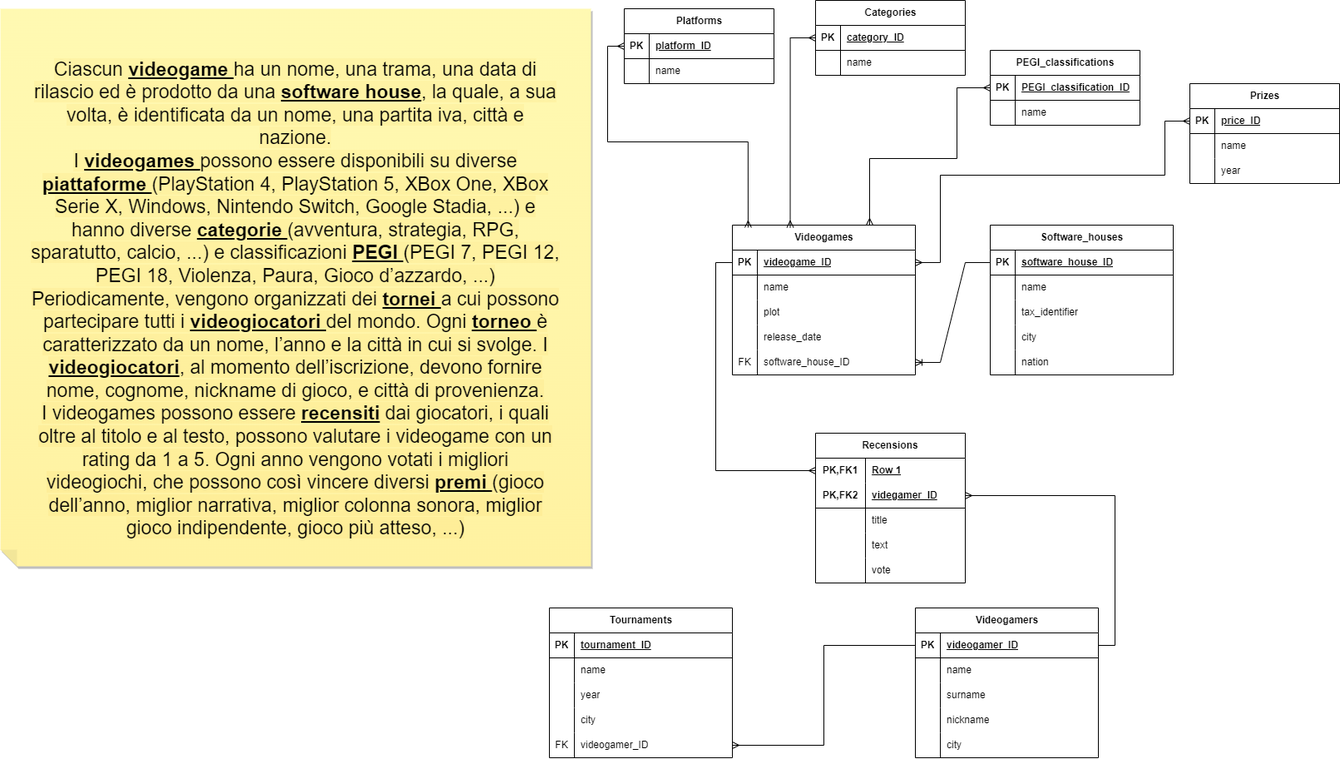
Above: db-videogames.png in MirkoGLostia/db-videogames (draw.io), before the change. Source tidied: cells renumbered, new cells last; positions are measured from the earlier drawing's top-left corner, leaving out a move shared by most shapes.
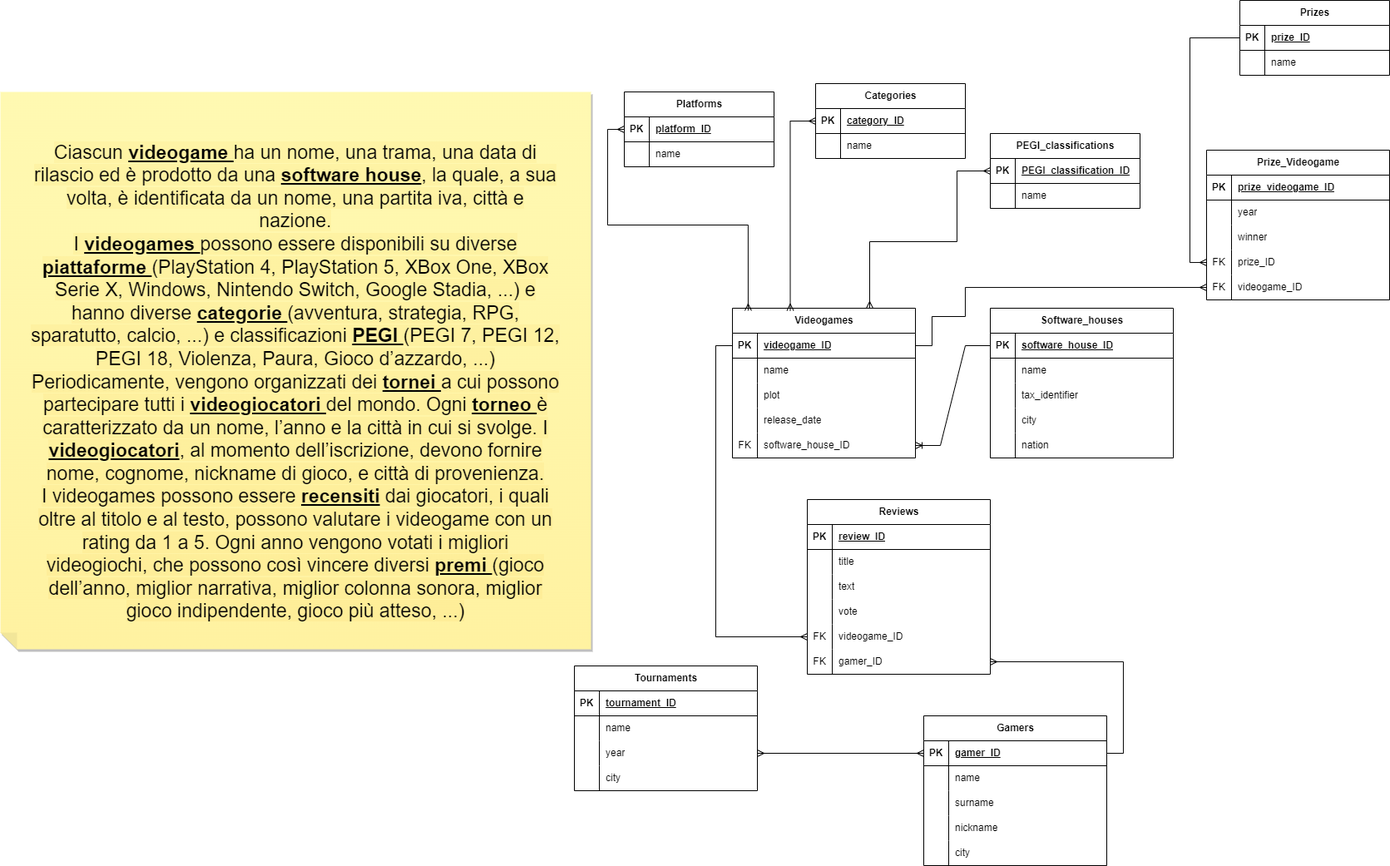
The same file after the commit.

The edit, as a diff of the source:
```diff
@@ -204,3 +204,3 @@
     <mxCell id="63" value="Tournaments" style="shape=table;startSize=30;rowLines=0;fontStyle=1;align=center;html=1;" parent="1" vertex="1">
-      <mxGeometry x="660" y="730" width="220" height="180" as="geometry" />
+      <mxGeometry x="690" y="700" width="220" height="150" as="geometry" />
     </mxCell>
@@ -242,13 +242,4 @@
     </mxCell>
-    <mxCell id="76" style="shape=tableRow;horizontal=0;startSize=0;swimlaneHead=0;swimlaneBody=0;fillColor=none;points=[[0,0.5],[1,0.5]];portConstraint=eastwest;top=0;left=0;right=0;bottom=0;" parent="63" vertex="1">
-      <mxGeometry y="150" width="220" height="30" as="geometry" />
-    </mxCell>
-    <mxCell id="77" value="FK" style="shape=partialRectangle;fillColor=none;top=0;left=0;bottom=0;right=0;overflow=hidden;whiteSpace=wrap;html=1;" parent="76" vertex="1">
-      <mxGeometry width="30" height="30" as="geometry" />
-    </mxCell>
-    <mxCell id="78" value="videogamer_ID" style="shape=partialRectangle;fillColor=none;top=0;left=0;bottom=0;right=0;align=left;spacingLeft=6;overflow=hidden;whiteSpace=wrap;html=1;" parent="76" vertex="1">
-      <mxGeometry x="30" width="190" height="30" as="geometry" />
-    </mxCell>
-    <mxCell id="79" value="Videogamers" style="shape=table;startSize=30;rowLines=0;fontStyle=1;align=center;html=1;" parent="1" vertex="1">
-      <mxGeometry x="1100" y="730" width="220" height="180" as="geometry" />
+    <mxCell id="79" value="Gamers" style="shape=table;startSize=30;rowLines=0;fontStyle=1;align=center;html=1;" parent="1" vertex="1">
+      <mxGeometry x="1110" y="760" width="220" height="180" as="geometry" />
     </mxCell>
@@ -260,3 +251,3 @@
     </mxCell>
-    <mxCell id="82" value="videogamer_ID" style="shape=partialRectangle;fillColor=none;top=0;left=0;bottom=0;right=0;align=left;spacingLeft=6;fontStyle=5;overflow=hidden;whiteSpace=wrap;html=1;" parent="80" vertex="1">
+    <mxCell id="82" value="gamer_ID" style="shape=partialRectangle;fillColor=none;top=0;left=0;bottom=0;right=0;align=left;spacingLeft=6;fontStyle=5;overflow=hidden;whiteSpace=wrap;html=1;" parent="80" vertex="1">
       <mxGeometry x="30" width="190" height="30" as="geometry" />
@@ -300,3 +291,3 @@
     <mxCell id="95" value="Prizes" style="shape=table;startSize=30;rowLines=0;fontStyle=1;align=center;html=1;" parent="1" vertex="1">
-      <mxGeometry x="1430" y="100" width="180" height="120" as="geometry" />
+      <mxGeometry x="1490" y="-100" width="180" height="90" as="geometry" />
     </mxCell>
@@ -308,3 +299,3 @@
     </mxCell>
-    <mxCell id="98" value="price_ID" style="shape=partialRectangle;fillColor=none;top=0;left=0;bottom=0;right=0;align=left;spacingLeft=6;fontStyle=5;overflow=hidden;whiteSpace=wrap;html=1;" parent="96" vertex="1">
+    <mxCell id="98" value="prize_ID" style="shape=partialRectangle;fillColor=none;top=0;left=0;bottom=0;right=0;align=left;spacingLeft=6;fontStyle=5;overflow=hidden;whiteSpace=wrap;html=1;" parent="96" vertex="1">
       <mxGeometry x="30" width="150" height="30" as="geometry" />
@@ -320,78 +311,133 @@
     </mxCell>
-    <mxCell id="102" style="shape=tableRow;horizontal=0;startSize=0;swimlaneHead=0;swimlaneBody=0;fillColor=none;top=0;left=0;right=0;bottom=0;" parent="95" vertex="1">
-      <mxGeometry y="90" width="180" height="30" as="geometry" />
-    </mxCell>
-    <mxCell id="103" style="shape=partialRectangle;fillColor=none;top=0;left=0;bottom=0;right=0;overflow=hidden;whiteSpace=wrap;html=1;" parent="102" vertex="1">
-      <mxGeometry width="30" height="30" as="geometry" />
-    </mxCell>
+    <mxCell id="106" style="edgeStyle=orthogonalEdgeStyle;rounded=0;jettySize=auto;html=1;exitX=0;exitY=0.5;exitDx=0;exitDy=0;endArrow=ERmany;endFill=0;startArrow=ERmany;startFill=0;" parent="1" edge="1" source="80" target="x">
+      <mxGeometry relative="1" as="geometry" />
+    </mxCell>
+    <mxCell id="125" style="edgeStyle=orthogonalEdgeStyle;rounded=0;jettySize=auto;html=1;exitX=1;exitY=0.5;exitDx=0;exitDy=0;entryX=0;entryY=0.5;entryDx=0;entryDy=0;startArrow=ERmany;startFill=0;endArrow=ERmany;endFill=0;" parent="1" edge="1" source="70" target="80">
+      <mxGeometry relative="1" as="geometry" />
+    </mxCell>
+    <mxCell id="126" value="Reviews" style="shape=table;startSize=30;rowLines=0;fontStyle=1;align=center;html=1;" parent="1" vertex="1">
+      <mxGeometry x="970" y="500" width="220" height="210" as="geometry" />
+    </mxCell>
+    <mxCell id="127" style="shape=tableRow;horizontal=0;startSize=0;swimlaneHead=0;swimlaneBody=0;fillColor=none;top=0;left=0;right=0;bottom=1;" parent="126" vertex="1">
+      <mxGeometry y="30" width="220" height="30" as="geometry" />
+    </mxCell>
+    <mxCell id="128" value="PK" style="shape=partialRectangle;fillColor=none;top=0;left=0;bottom=0;right=0;fontStyle=1;overflow=hidden;whiteSpace=wrap;html=1;" parent="127" vertex="1">
+      <mxGeometry width="30" height="30" as="geometry" />
+    </mxCell>
+    <mxCell id="129" value="review_ID" style="shape=partialRectangle;fillColor=none;top=0;left=0;bottom=0;right=0;align=left;spacingLeft=6;fontStyle=5;overflow=hidden;whiteSpace=wrap;html=1;" parent="127" vertex="1">
+      <mxGeometry x="30" width="190" height="30" as="geometry" />
+    </mxCell>
+    <mxCell id="130" style="shape=tableRow;horizontal=0;startSize=0;swimlaneHead=0;swimlaneBody=0;fillColor=none;top=0;left=0;right=0;bottom=0;" parent="126" vertex="1">
+      <mxGeometry y="60" width="220" height="30" as="geometry" />
+    </mxCell>
+    <mxCell id="131" style="shape=partialRectangle;fillColor=none;top=0;left=0;bottom=0;right=0;overflow=hidden;whiteSpace=wrap;html=1;" parent="130" vertex="1">
+      <mxGeometry width="30" height="30" as="geometry" />
+    </mxCell>
+    <mxCell id="116" value="title" style="shape=partialRectangle;fillColor=none;top=0;left=0;bottom=0;right=0;align=left;spacingLeft=6;overflow=hidden;whiteSpace=wrap;html=1;" parent="130" vertex="1">
+      <mxGeometry x="30" width="190" height="30" as="geometry" />
+    </mxCell>
+    <mxCell id="132" style="shape=tableRow;horizontal=0;startSize=0;swimlaneHead=0;swimlaneBody=0;fillColor=none;top=0;left=0;right=0;bottom=0;" parent="126" vertex="1">
+      <mxGeometry y="90" width="220" height="30" as="geometry" />
+    </mxCell>
+    <mxCell id="133" style="shape=partialRectangle;fillColor=none;top=0;left=0;bottom=0;right=0;overflow=hidden;whiteSpace=wrap;html=1;" parent="132" vertex="1">
+      <mxGeometry width="30" height="30" as="geometry" />
+    </mxCell>
+    <mxCell id="119" value="text" style="shape=partialRectangle;fillColor=none;top=0;left=0;bottom=0;right=0;align=left;spacingLeft=6;overflow=hidden;whiteSpace=wrap;html=1;" parent="132" vertex="1">
+      <mxGeometry x="30" width="190" height="30" as="geometry" />
+    </mxCell>
+    <mxCell id="134" style="shape=tableRow;horizontal=0;startSize=0;swimlaneHead=0;swimlaneBody=0;fillColor=none;top=0;left=0;right=0;bottom=0;" parent="126" vertex="1">
+      <mxGeometry y="120" width="220" height="30" as="geometry" />
+    </mxCell>
+    <mxCell id="135" style="shape=partialRectangle;fillColor=none;top=0;left=0;bottom=0;right=0;overflow=hidden;whiteSpace=wrap;html=1;" parent="134" vertex="1">
+      <mxGeometry width="30" height="30" as="geometry" />
+    </mxCell>
+    <mxCell id="122" value="vote" style="shape=partialRectangle;fillColor=none;top=0;left=0;bottom=0;right=0;align=left;spacingLeft=6;overflow=hidden;whiteSpace=wrap;html=1;" parent="134" vertex="1">
+      <mxGeometry x="30" width="190" height="30" as="geometry" />
+    </mxCell>
+    <mxCell id="136" style="shape=tableRow;horizontal=0;startSize=0;swimlaneHead=0;swimlaneBody=0;fillColor=none;points=[[0,0.5],[1,0.5]];portConstraint=eastwest;top=0;left=0;right=0;bottom=0;" parent="126" vertex="1">
+      <mxGeometry y="150" width="220" height="30" as="geometry" />
+    </mxCell>
+    <mxCell id="137" value="FK" style="shape=partialRectangle;fillColor=none;top=0;left=0;bottom=0;right=0;overflow=hidden;whiteSpace=wrap;html=1;" parent="136" vertex="1">
+      <mxGeometry width="30" height="30" as="geometry" />
+    </mxCell>
+    <mxCell id="138" value="videogame_ID" style="shape=partialRectangle;fillColor=none;top=0;left=0;bottom=0;right=0;align=left;spacingLeft=6;overflow=hidden;whiteSpace=wrap;html=1;" parent="136" vertex="1">
+      <mxGeometry x="30" width="190" height="30" as="geometry" />
+    </mxCell>
+    <mxCell id="139" style="shape=tableRow;horizontal=0;startSize=0;swimlaneHead=0;swimlaneBody=0;fillColor=none;points=[[0,0.5],[1,0.5]];portConstraint=eastwest;top=0;left=0;right=0;bottom=0;" parent="126" vertex="1">
+      <mxGeometry y="180" width="220" height="30" as="geometry" />
+    </mxCell>
+    <mxCell id="140" value="FK" style="shape=partialRectangle;fillColor=none;top=0;left=0;bottom=0;right=0;overflow=hidden;whiteSpace=wrap;html=1;" parent="139" vertex="1">
+      <mxGeometry width="30" height="30" as="geometry" />
+    </mxCell>
+    <mxCell id="141" value="gamer_ID" style="shape=partialRectangle;fillColor=none;top=0;left=0;bottom=0;right=0;align=left;spacingLeft=6;overflow=hidden;whiteSpace=wrap;html=1;" parent="139" vertex="1">
+      <mxGeometry x="30" width="190" height="30" as="geometry" />
+    </mxCell>
+    <mxCell id="142" style="edgeStyle=orthogonalEdgeStyle;rounded=0;jettySize=auto;html=1;exitX=1;exitY=0.5;exitDx=0;exitDy=0;entryX=1;entryY=0.5;entryDx=0;entryDy=0;endArrow=ERmany;endFill=0;" parent="1" edge="1" source="80" target="139">
+      <mxGeometry relative="1" as="geometry" />
+    </mxCell>
+    <mxCell id="143" style="edgeStyle=orthogonalEdgeStyle;rounded=0;jettySize=auto;html=1;exitX=0;exitY=0.5;exitDx=0;exitDy=0;entryX=0;entryY=0.5;entryDx=0;entryDy=0;endArrow=ERmany;endFill=0;" parent="1" edge="1" source="4" target="136">
+      <mxGeometry relative="1" as="geometry" />
+    </mxCell>
+    <mxCell id="144" value="Prize_Videogame" style="shape=table;startSize=30;rowLines=0;fontStyle=1;align=center;html=1;" parent="1" vertex="1">
+      <mxGeometry x="1450" y="80" width="220" height="180" as="geometry" />
+    </mxCell>
+    <mxCell id="145" style="shape=tableRow;horizontal=0;startSize=0;swimlaneHead=0;swimlaneBody=0;fillColor=none;top=0;left=0;right=0;bottom=1;" parent="144" vertex="1">
+      <mxGeometry y="30" width="220" height="30" as="geometry" />
+    </mxCell>
+    <mxCell id="146" value="PK" style="shape=partialRectangle;fillColor=none;top=0;left=0;bottom=0;right=0;fontStyle=1;overflow=hidden;whiteSpace=wrap;html=1;" parent="145" vertex="1">
+      <mxGeometry width="30" height="30" as="geometry" />
+    </mxCell>
+    <mxCell id="147" value="prize_videogame_ID" style="shape=partialRectangle;fillColor=none;top=0;left=0;bottom=0;right=0;align=left;spacingLeft=6;fontStyle=5;overflow=hidden;whiteSpace=wrap;html=1;" parent="145" vertex="1">
+      <mxGeometry x="30" width="190" height="30" as="geometry" />
+    </mxCell>
+    <mxCell id="148" style="shape=tableRow;horizontal=0;startSize=0;swimlaneHead=0;swimlaneBody=0;fillColor=none;top=0;left=0;right=0;bottom=0;" parent="144" vertex="1">
+      <mxGeometry y="60" width="220" height="30" as="geometry" />
+    </mxCell>
+    <mxCell id="149" style="shape=partialRectangle;fillColor=none;top=0;left=0;bottom=0;right=0;overflow=hidden;whiteSpace=wrap;html=1;" parent="148" vertex="1">
+      <mxGeometry width="30" height="30" as="geometry" />
+    </mxCell>
-    <mxCell id="104" value="year" style="shape=partialRectangle;fillColor=none;top=0;left=0;bottom=0;right=0;align=left;spacingLeft=6;overflow=hidden;whiteSpace=wrap;html=1;" parent="102" vertex="1">
-      <mxGeometry x="30" width="150" height="30" as="geometry" />
+    <mxCell id="104" value="year" style="shape=partialRectangle;fillColor=none;top=0;left=0;bottom=0;right=0;align=left;spacingLeft=6;overflow=hidden;whiteSpace=wrap;html=1;" parent="148" vertex="1">
+      <mxGeometry x="30" width="190" height="30" as="geometry" />
     </mxCell>
-    <mxCell id="105" style="edgeStyle=orthogonalEdgeStyle;rounded=0;jettySize=auto;html=1;exitX=0;exitY=0.5;exitDx=0;exitDy=0;entryX=1;entryY=0.5;entryDx=0;entryDy=0;startArrow=ERmany;startFill=0;endArrow=ERmany;endFill=0;" parent="1" edge="1" source="96" target="4">
-      <mxGeometry relative="1" as="geometry">
-        <Array as="points">
-          <mxPoint x="1400" y="145" />
-          <mxPoint x="1400" y="210" />
-          <mxPoint x="1130" y="210" />
-          <mxPoint x="1130" y="315" />
-        </Array>
-      </mxGeometry>
-    </mxCell>
-    <mxCell id="106" style="edgeStyle=orthogonalEdgeStyle;rounded=0;jettySize=auto;html=1;exitX=0;exitY=0.5;exitDx=0;exitDy=0;endArrow=ERmany;endFill=0;" parent="1" edge="1" source="80" target="76">
-      <mxGeometry relative="1" as="geometry" />
-    </mxCell>
-    <mxCell id="107" value="Recensions" style="shape=table;startSize=30;rowLines=0;fontStyle=1;align=center;html=1;whiteSpace=wrap;" parent="1" vertex="1">
-      <mxGeometry x="980" y="520" width="180" height="180" as="geometry" />
-    </mxCell>
-    <mxCell id="108" style="shape=tableRow;horizontal=0;startSize=0;swimlaneHead=0;swimlaneBody=0;fillColor=none;points=[[0,0.5],[1,0.5]];portConstraint=eastwest;top=0;left=0;right=0;bottom=0;html=1;" parent="107" vertex="1">
-      <mxGeometry y="30" width="180" height="30" as="geometry" />
-    </mxCell>
-    <mxCell id="109" value="PK,FK1" style="shape=partialRectangle;fillColor=none;top=0;left=0;bottom=0;right=0;fontStyle=1;overflow=hidden;html=1;whiteSpace=wrap;" parent="108" vertex="1">
-      <mxGeometry width="60" height="30" as="geometry" />
-    </mxCell>
-    <mxCell id="110" value="Row 1" style="shape=partialRectangle;fillColor=none;top=0;left=0;bottom=0;right=0;align=left;spacingLeft=6;fontStyle=5;overflow=hidden;html=1;whiteSpace=wrap;" parent="108" vertex="1">
-      <mxGeometry x="60" width="120" height="30" as="geometry" />
-    </mxCell>
-    <mxCell id="111" style="shape=tableRow;horizontal=0;startSize=0;swimlaneHead=0;swimlaneBody=0;fillColor=none;points=[[0,0.5],[1,0.5]];portConstraint=eastwest;top=0;left=0;right=0;bottom=1;html=1;" parent="107" vertex="1">
-      <mxGeometry y="60" width="180" height="30" as="geometry" />
-    </mxCell>
-    <mxCell id="112" value="PK,FK2" style="shape=partialRectangle;fillColor=none;top=0;left=0;bottom=0;right=0;fontStyle=1;overflow=hidden;html=1;whiteSpace=wrap;" parent="111" vertex="1">
-      <mxGeometry width="60" height="30" as="geometry" />
-    </mxCell>
-    <mxCell id="113" value="videgamer_ID" style="shape=partialRectangle;fillColor=none;top=0;left=0;bottom=0;right=0;align=left;spacingLeft=6;fontStyle=5;overflow=hidden;html=1;whiteSpace=wrap;" parent="111" vertex="1">
-      <mxGeometry x="60" width="120" height="30" as="geometry" />
-    </mxCell>
-    <mxCell id="114" style="shape=tableRow;horizontal=0;startSize=0;swimlaneHead=0;swimlaneBody=0;fillColor=none;top=0;left=0;right=0;bottom=0;html=1;" parent="107" vertex="1">
-      <mxGeometry y="90" width="180" height="30" as="geometry" />
-    </mxCell>
-    <mxCell id="115" style="shape=partialRectangle;fillColor=none;top=0;left=0;bottom=0;right=0;overflow=hidden;html=1;whiteSpace=wrap;" parent="114" vertex="1">
-      <mxGeometry width="60" height="30" as="geometry" />
-    </mxCell>
-    <mxCell id="116" value="title" style="shape=partialRectangle;fillColor=none;top=0;left=0;bottom=0;right=0;align=left;spacingLeft=6;overflow=hidden;html=1;whiteSpace=wrap;" parent="114" vertex="1">
-      <mxGeometry x="60" width="120" height="30" as="geometry" />
-    </mxCell>
-    <mxCell id="117" style="shape=tableRow;horizontal=0;startSize=0;swimlaneHead=0;swimlaneBody=0;fillColor=none;top=0;left=0;right=0;bottom=0;html=1;" parent="107" vertex="1">
-      <mxGeometry y="120" width="180" height="30" as="geometry" />
-    </mxCell>
-    <mxCell id="118" style="shape=partialRectangle;fillColor=none;top=0;left=0;bottom=0;right=0;overflow=hidden;html=1;whiteSpace=wrap;" parent="117" vertex="1">
-      <mxGeometry width="60" height="30" as="geometry" />
-    </mxCell>
-    <mxCell id="119" value="text" style="shape=partialRectangle;fillColor=none;top=0;left=0;bottom=0;right=0;align=left;spacingLeft=6;overflow=hidden;html=1;whiteSpace=wrap;" parent="117" vertex="1">
-      <mxGeometry x="60" width="120" height="30" as="geometry" />
-    </mxCell>
-    <mxCell id="120" style="shape=tableRow;horizontal=0;startSize=0;swimlaneHead=0;swimlaneBody=0;fillColor=none;top=0;left=0;right=0;bottom=0;html=1;" parent="107" vertex="1">
-      <mxGeometry y="150" width="180" height="30" as="geometry" />
-    </mxCell>
-    <mxCell id="121" style="shape=partialRectangle;fillColor=none;top=0;left=0;bottom=0;right=0;overflow=hidden;html=1;whiteSpace=wrap;" parent="120" vertex="1">
-      <mxGeometry width="60" height="30" as="geometry" />
-    </mxCell>
-    <mxCell id="122" value="vote" style="shape=partialRectangle;fillColor=none;top=0;left=0;bottom=0;right=0;align=left;spacingLeft=6;overflow=hidden;html=1;whiteSpace=wrap;" parent="120" vertex="1">
-      <mxGeometry x="60" width="120" height="30" as="geometry" />
-    </mxCell>
-    <mxCell id="123" style="edgeStyle=orthogonalEdgeStyle;rounded=0;jettySize=auto;html=1;exitX=1;exitY=0.5;exitDx=0;exitDy=0;entryX=1;entryY=0.5;entryDx=0;entryDy=0;endArrow=ERmany;endFill=0;" parent="1" edge="1" source="80" target="111">
-      <mxGeometry relative="1" as="geometry" />
-    </mxCell>
-    <mxCell id="124" style="edgeStyle=orthogonalEdgeStyle;rounded=0;jettySize=auto;html=1;exitX=0;exitY=0.5;exitDx=0;exitDy=0;entryX=0;entryY=0.5;entryDx=0;entryDy=0;endArrow=ERmany;endFill=0;" parent="1" edge="1" source="4" target="108">
-      <mxGeometry relative="1" as="geometry" />
-    </mxCell>
+    <mxCell id="150" style="shape=tableRow;horizontal=0;startSize=0;swimlaneHead=0;swimlaneBody=0;fillColor=none;top=0;left=0;right=0;bottom=0;" parent="144" vertex="1">
+      <mxGeometry y="90" width="220" height="30" as="geometry" />
+    </mxCell>
+    <mxCell id="151" style="shape=partialRectangle;fillColor=none;top=0;left=0;bottom=0;right=0;overflow=hidden;whiteSpace=wrap;html=1;" parent="150" vertex="1">
+      <mxGeometry width="30" height="30" as="geometry" />
+    </mxCell>
+    <mxCell id="152" value="winner" style="shape=partialRectangle;fillColor=none;top=0;left=0;bottom=0;right=0;align=left;spacingLeft=6;overflow=hidden;whiteSpace=wrap;html=1;" parent="150" vertex="1">
+      <mxGeometry x="30" width="190" height="30" as="geometry" />
+    </mxCell>
+    <mxCell id="153" style="shape=tableRow;horizontal=0;startSize=0;swimlaneHead=0;swimlaneBody=0;fillColor=none;points=[[0,0.5],[1,0.5]];portConstraint=eastwest;top=0;left=0;right=0;bottom=0;" parent="144" vertex="1">
+      <mxGeometry y="120" width="220" height="30" as="geometry" />
+    </mxCell>
+    <mxCell id="154" value="FK" style="shape=partialRectangle;fillColor=none;top=0;left=0;bottom=0;right=0;overflow=hidden;whiteSpace=wrap;html=1;" parent="153" vertex="1">
+      <mxGeometry width="30" height="30" as="geometry" />
+    </mxCell>
+    <mxCell id="155" value="prize_ID" style="shape=partialRectangle;fillColor=none;top=0;left=0;bottom=0;right=0;align=left;spacingLeft=6;overflow=hidden;whiteSpace=wrap;html=1;" parent="153" vertex="1">
+      <mxGeometry x="30" width="190" height="30" as="geometry" />
+    </mxCell>
+    <mxCell id="156" style="shape=tableRow;horizontal=0;startSize=0;swimlaneHead=0;swimlaneBody=0;fillColor=none;top=0;left=0;right=0;bottom=0;" parent="144" vertex="1">
+      <mxGeometry y="150" width="220" height="30" as="geometry" />
+    </mxCell>
+    <mxCell id="157" value="FK" style="shape=partialRectangle;fillColor=none;top=0;left=0;bottom=0;right=0;overflow=hidden;whiteSpace=wrap;html=1;" parent="156" vertex="1">
+      <mxGeometry width="30" height="30" as="geometry" />
+    </mxCell>
+    <mxCell id="158" value="videogame_ID" style="shape=partialRectangle;fillColor=none;top=0;left=0;bottom=0;right=0;align=left;spacingLeft=6;overflow=hidden;whiteSpace=wrap;html=1;" parent="156" vertex="1">
+      <mxGeometry x="30" width="190" height="30" as="geometry" />
+    </mxCell>
+    <mxCell id="159" style="edgeStyle=orthogonalEdgeStyle;rounded=0;jettySize=auto;html=1;exitX=0;exitY=0.5;exitDx=0;exitDy=0;entryX=0;entryY=0.5;entryDx=0;entryDy=0;endArrow=ERmany;endFill=0;" parent="1" edge="1" source="96" target="153">
+      <mxGeometry relative="1" as="geometry" />
+    </mxCell>
+    <mxCell id="160" style="edgeStyle=orthogonalEdgeStyle;rounded=0;jettySize=auto;html=1;exitX=1;exitY=0.5;exitDx=0;exitDy=0;endArrow=ERmany;endFill=0;" parent="1" edge="1" source="4">
+      <mxGeometry relative="1" as="geometry">
+        <mxPoint x="1450" y="245" as="targetPoint" />
+        <Array as="points">
+          <mxPoint x="1120" y="315" />
+          <mxPoint x="1120" y="280" />
+          <mxPoint x="1160" y="280" />
+          <mxPoint x="1160" y="245" />
+        </Array>
+      </mxGeometry>
+    </mxCell>
   </root>
```
